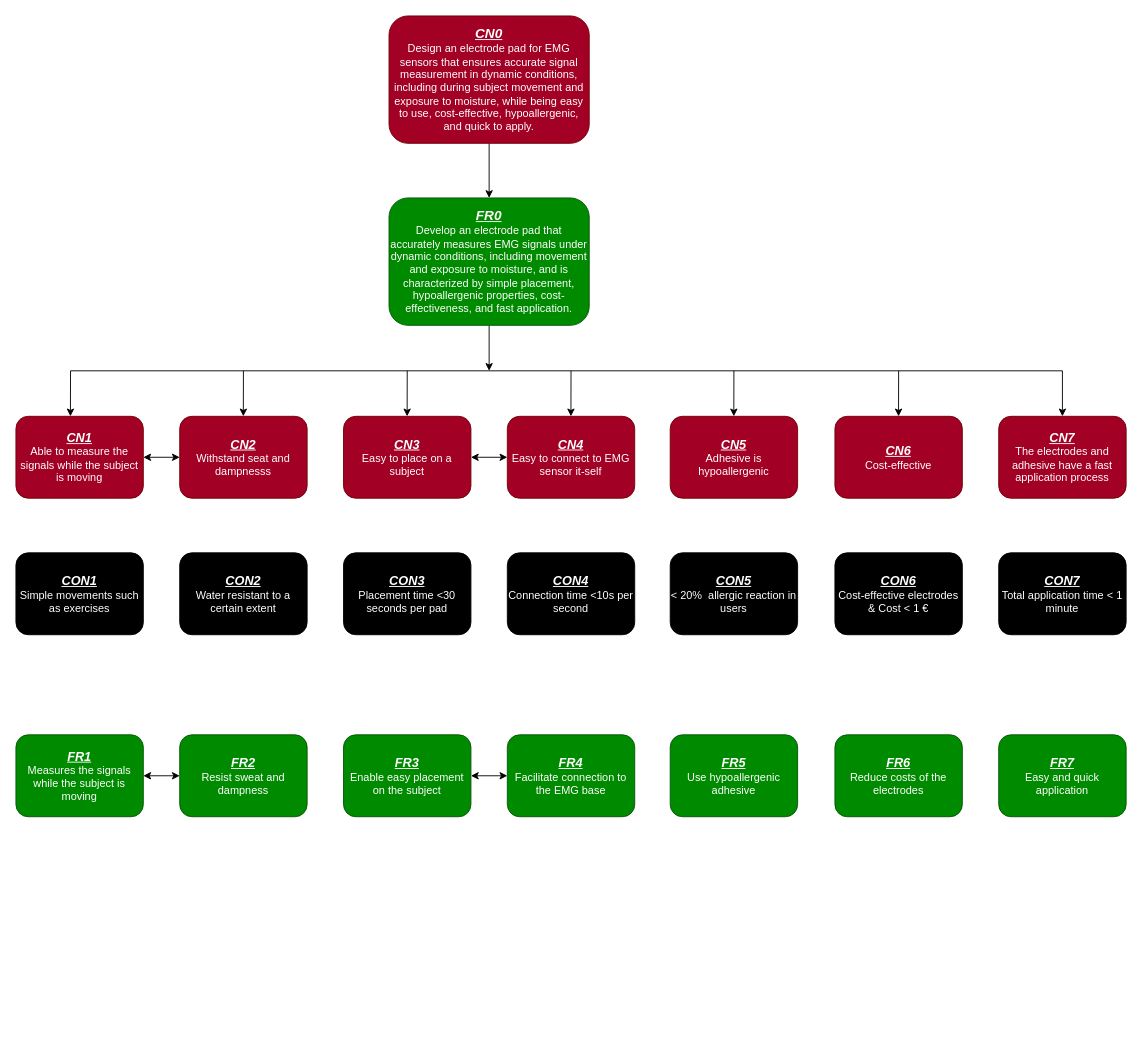
This is Untitled Diagram.drawio from asdismilla/FlowChart, a draw.io file, before an edit. Source tidied: cells renumbered, new cells numbered last; positions are measured from the earlier drawing's top-left corner, leaving out a move shared by most shapes. Both pictures are drawn from the tidied source at 91%, with x=0, y=0 at pixel (15, 15).
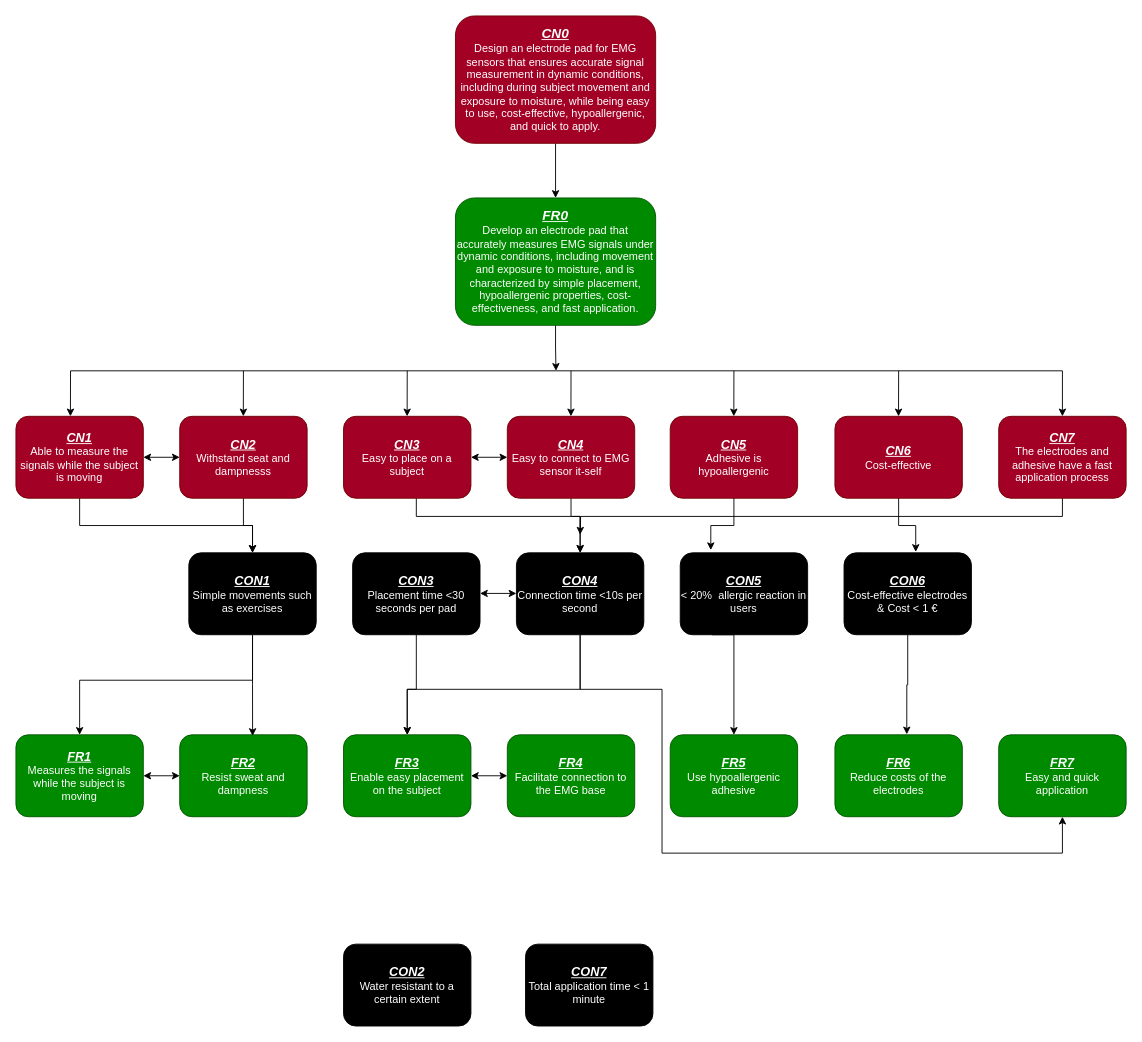
After the change.

Commit message:
Flow chart re-arrange

Unchanged cells that the change refers to:
```xml
<mxCell id="6" value="&lt;b&gt;&lt;u&gt;&lt;i&gt;&lt;font style=&quot;font-size: 14px;&quot;&gt;FR1&lt;/font&gt;&lt;/i&gt;&lt;/u&gt;&lt;/b&gt;&lt;br&gt;Measures the signals while the subject is moving" style="rounded=1;whiteSpace=wrap;html=1;fontSize=12;glass=0;strokeWidth=1;shadow=0;fillColor=#008a00;strokeColor=#005700;fontColor=#ffffff;" parent="1" vertex="1">
  <mxGeometry y="790" width="140" height="90" as="geometry" />
</mxCell>
<mxCell id="7" value="&lt;b&gt;&lt;u&gt;&lt;i&gt;&lt;font style=&quot;font-size: 14px;&quot;&gt;FR2&lt;/font&gt;&lt;/i&gt;&lt;/u&gt;&lt;/b&gt;&lt;br&gt;Resist sweat and dampness" style="rounded=1;whiteSpace=wrap;html=1;fontSize=12;glass=0;strokeWidth=1;shadow=0;fillColor=#008a00;strokeColor=#005700;fontColor=#ffffff;" parent="1" vertex="1">
  <mxGeometry x="180" y="790" width="140" height="90" as="geometry" />
</mxCell>
<mxCell id="8" value="&lt;b&gt;&lt;u&gt;&lt;i&gt;&lt;font style=&quot;font-size: 14px;&quot;&gt;FR3&lt;/font&gt;&lt;/i&gt;&lt;/u&gt;&lt;/b&gt;&lt;br&gt;Enable easy placement on the subject" style="rounded=1;whiteSpace=wrap;html=1;fontSize=12;glass=0;strokeWidth=1;shadow=0;fillColor=#008a00;strokeColor=#005700;fontColor=#ffffff;" parent="1" vertex="1">
  <mxGeometry x="360" y="790" width="140" height="90" as="geometry" />
</mxCell>
<mxCell id="11" value="&lt;b&gt;&lt;u&gt;&lt;i&gt;&lt;font style=&quot;font-size: 14px;&quot;&gt;FR6&lt;/font&gt;&lt;/i&gt;&lt;/u&gt;&lt;/b&gt;&lt;br&gt;Reduce costs of the electrodes" style="rounded=1;whiteSpace=wrap;html=1;fontSize=12;glass=0;strokeWidth=1;shadow=0;fillColor=#008a00;strokeColor=#005700;fontColor=#ffffff;" parent="1" vertex="1">
  <mxGeometry x="900" y="790" width="140" height="90" as="geometry" />
</mxCell>
<mxCell id="12" value="&lt;b&gt;&lt;u&gt;&lt;i&gt;&lt;font style=&quot;font-size: 14px;&quot;&gt;FR7&lt;/font&gt;&lt;/i&gt;&lt;/u&gt;&lt;/b&gt;&lt;br&gt;Easy and quick application" style="rounded=1;whiteSpace=wrap;html=1;fontSize=12;glass=0;strokeWidth=1;shadow=0;fillColor=#008a00;strokeColor=#005700;fontColor=#ffffff;" parent="1" vertex="1">
  <mxGeometry x="1080" y="790" width="140" height="90" as="geometry" />
</mxCell>
<mxCell id="13" value="&lt;span style=&quot;font-size: 14px;&quot;&gt;&lt;b&gt;&lt;i&gt;&lt;u&gt;CN1&lt;br&gt;&lt;/u&gt;&lt;/i&gt;&lt;/b&gt;&lt;/span&gt;Able to measure the signals while the subject is moving" style="rounded=1;whiteSpace=wrap;html=1;fontSize=12;glass=0;strokeWidth=1;shadow=0;fillColor=#a20025;fontColor=#ffffff;strokeColor=#6F0000;" parent="1" vertex="1">
  <mxGeometry y="440" width="140" height="90" as="geometry" />
</mxCell>
<mxCell id="14" value="&lt;b style=&quot;font-size: 14px; text-decoration: underline; font-style: italic;&quot;&gt;CN2&lt;/b&gt;&lt;br&gt;&lt;font style=&quot;font-size: 12px;&quot;&gt;Withstand seat and dampnesss&lt;/font&gt;" style="rounded=1;whiteSpace=wrap;html=1;fontSize=12;glass=0;strokeWidth=1;shadow=0;fillColor=#a20025;fontColor=#ffffff;strokeColor=#6F0000;" parent="1" vertex="1">
  <mxGeometry x="180" y="440" width="140" height="90" as="geometry" />
</mxCell>
<mxCell id="15" value="&lt;b&gt;&lt;u&gt;&lt;i&gt;&lt;font style=&quot;font-size: 14px;&quot;&gt;CN3&lt;/font&gt;&lt;/i&gt;&lt;/u&gt;&lt;/b&gt;&lt;br&gt;Easy to place on a subject" style="rounded=1;whiteSpace=wrap;html=1;fontSize=12;glass=0;strokeWidth=1;shadow=0;fillColor=#a20025;fontColor=#ffffff;strokeColor=#6F0000;" parent="1" vertex="1">
  <mxGeometry x="360" y="440" width="140" height="90" as="geometry" />
</mxCell>
<mxCell id="16" value="&lt;span style=&quot;font-size: 14px;&quot;&gt;&lt;b&gt;&lt;i&gt;&lt;u&gt;CN4&lt;br&gt;&lt;/u&gt;&lt;/i&gt;&lt;/b&gt;&lt;/span&gt;Easy to connect to EMG sensor it-self" style="rounded=1;whiteSpace=wrap;html=1;fontSize=12;glass=0;strokeWidth=1;shadow=0;fillColor=#a20025;fontColor=#ffffff;strokeColor=#6F0000;" parent="1" vertex="1">
  <mxGeometry x="540" y="440" width="140" height="90" as="geometry" />
</mxCell>
<mxCell id="17" value="&lt;b&gt;&lt;u&gt;&lt;i&gt;&lt;font style=&quot;font-size: 14px;&quot;&gt;CN5&lt;br&gt;&lt;/font&gt;&lt;/i&gt;&lt;/u&gt;&lt;/b&gt;Adhesive is hypoallergenic" style="rounded=1;whiteSpace=wrap;html=1;fontSize=12;glass=0;strokeWidth=1;shadow=0;fillColor=#a20025;fontColor=#ffffff;strokeColor=#6F0000;" parent="1" vertex="1">
  <mxGeometry x="719" y="440" width="140" height="90" as="geometry" />
</mxCell>
<mxCell id="18" value="&lt;b&gt;&lt;u&gt;&lt;i&gt;&lt;font style=&quot;font-size: 14px;&quot;&gt;CN6&lt;/font&gt;&lt;/i&gt;&lt;/u&gt;&lt;/b&gt;&lt;br&gt;Cost-effective" style="rounded=1;whiteSpace=wrap;html=1;fontSize=12;glass=0;strokeWidth=1;shadow=0;fillColor=#a20025;fontColor=#ffffff;strokeColor=#6F0000;" parent="1" vertex="1">
  <mxGeometry x="900" y="440" width="140" height="90" as="geometry" />
</mxCell>
<mxCell id="19" value="&lt;b&gt;&lt;u&gt;&lt;i&gt;&lt;font style=&quot;font-size: 14px;&quot;&gt;CN7&lt;/font&gt;&lt;/i&gt;&lt;/u&gt;&lt;/b&gt;&lt;br&gt;The electrodes and adhesive have a fast application process" style="rounded=1;whiteSpace=wrap;html=1;fontSize=12;glass=0;strokeWidth=1;shadow=0;fillColor=#a20025;fontColor=#ffffff;strokeColor=#6F0000;" parent="1" vertex="1">
  <mxGeometry x="1080" y="440" width="140" height="90" as="geometry" />
</mxCell>
```

Diff of the diagram source:
```diff
@@
     <mxCell id="3" value="&lt;b&gt;&lt;u&gt;&lt;i&gt;&lt;font style=&quot;font-size: 15px;&quot;&gt;CN0&lt;/font&gt;&lt;/i&gt;&lt;/u&gt;&lt;/b&gt;&lt;br&gt;Design an electrode pad for EMG sensors that ensures accurate signal measurement in dynamic conditions, including during subject movement and exposure to moisture, while being easy to use, cost-effective, hypoallergenic, and quick to apply." style="rounded=1;whiteSpace=wrap;html=1;fontSize=12;glass=0;strokeWidth=1;shadow=0;fillColor=#a20025;strokeColor=#6F0000;fontColor=#ffffff;" parent="1" vertex="1">
-      <mxGeometry x="410" width="220" height="140" as="geometry" />
+      <mxGeometry x="483" width="220" height="140" as="geometry" />
     </mxCell>
-    <mxCell id="4" style="edgeStyle=orthogonalEdgeStyle;rounded=0;jettySize=auto;html=1;exitX=0.5;exitY=1;exitDx=0;exitDy=0;" parent="1" edge="1" source="5">
-      <mxGeometry relative="1" as="geometry">
-        <mxPoint x="520" y="390" as="targetPoint" />
-      </mxGeometry>
-    </mxCell>
+    <mxCell id="39" style="edgeStyle=orthogonalEdgeStyle;rounded=0;jettySize=auto;html=1;exitX=0.5;exitY=1;exitDx=0;exitDy=0;" parent="1" edge="1" source="5">
+      <mxGeometry relative="1" as="geometry">
+        <mxPoint x="593.5" y="390" as="targetPoint" />
+        <Array as="points">
+          <mxPoint x="593" y="365" />
+        </Array>
+      </mxGeometry>
+    </mxCell>
     <mxCell id="5" value="&lt;b&gt;&lt;u&gt;&lt;i&gt;&lt;font style=&quot;font-size: 15px;&quot;&gt;FR0&lt;/font&gt;&lt;/i&gt;&lt;/u&gt;&lt;/b&gt;&lt;br&gt;Develop an electrode pad that accurately measures EMG signals under dynamic conditions, including movement and exposure to moisture, and is characterized by simple placement, hypoallergenic properties, cost-effectiveness, and fast application." style="rounded=1;whiteSpace=wrap;html=1;fontSize=12;glass=0;strokeWidth=1;shadow=0;fillColor=#008a00;strokeColor=#005700;fontColor=#ffffff;" parent="1" vertex="1">
-      <mxGeometry x="410" y="200" width="220" height="140" as="geometry" />
+      <mxGeometry x="483" y="200" width="220" height="140" as="geometry" />
     </mxCell>
@@
+    <mxCell id="40" style="edgeStyle=orthogonalEdgeStyle;rounded=0;jettySize=auto;html=1;entryX=0.5;entryY=0;entryDx=0;entryDy=0;" parent="1" edge="1" source="13" target="29">
+      <mxGeometry relative="1" as="geometry">
+        <Array as="points">
+          <mxPoint x="70" y="560" />
+          <mxPoint x="260" y="560" />
+        </Array>
+      </mxGeometry>
+    </mxCell>
@@
+    <mxCell id="41" style="edgeStyle=orthogonalEdgeStyle;rounded=0;jettySize=auto;html=1;entryX=0.5;entryY=0;entryDx=0;entryDy=0;" parent="1" edge="1" source="14" target="29">
+      <mxGeometry relative="1" as="geometry" />
+    </mxCell>
@@
+    <mxCell id="42" style="edgeStyle=orthogonalEdgeStyle;rounded=0;jettySize=auto;html=1;entryX=0.5;entryY=0;entryDx=0;entryDy=0;" parent="1" edge="1" source="15" target="32">
+      <mxGeometry relative="1" as="geometry">
+        <Array as="points">
+          <mxPoint x="440" y="550" />
+          <mxPoint x="620" y="550" />
+        </Array>
+      </mxGeometry>
+    </mxCell>
@@
+    <mxCell id="43" style="edgeStyle=orthogonalEdgeStyle;rounded=0;jettySize=auto;html=1;entryX=0.5;entryY=0;entryDx=0;entryDy=0;" parent="1" edge="1" source="16" target="32">
+      <mxGeometry relative="1" as="geometry">
+        <Array as="points">
+          <mxPoint x="610" y="550" />
+          <mxPoint x="620" y="550" />
+        </Array>
+      </mxGeometry>
+    </mxCell>
@@
+    <mxCell id="44" style="edgeStyle=orthogonalEdgeStyle;rounded=0;jettySize=auto;html=1;exitX=0.5;exitY=1;exitDx=0;exitDy=0;" parent="1" edge="1" source="19">
+      <mxGeometry relative="1" as="geometry">
+        <mxPoint x="620" y="570" as="targetPoint" />
+      </mxGeometry>
+    </mxCell>
@@
+    <mxCell id="45" style="edgeStyle=orthogonalEdgeStyle;rounded=0;jettySize=auto;html=1;" parent="1" edge="1" source="29" target="6">
+      <mxGeometry relative="1" as="geometry">
+        <Array as="points">
+          <mxPoint x="260" y="730" />
+          <mxPoint x="70" y="730" />
+        </Array>
+      </mxGeometry>
+    </mxCell>
     <mxCell id="29" value="&lt;b&gt;&lt;u&gt;&lt;i&gt;&lt;font style=&quot;font-size: 14px;&quot;&gt;CON1&lt;/font&gt;&lt;/i&gt;&lt;/u&gt;&lt;/b&gt;&lt;br&gt;Simple movements such as exercises" style="rounded=1;whiteSpace=wrap;html=1;fontSize=12;glass=0;strokeWidth=1;shadow=0;fillColor=#000000;fontColor=#FFFFFF;" parent="1" vertex="1">
-      <mxGeometry y="590" width="140" height="90" as="geometry" />
+      <mxGeometry x="190" y="590" width="140" height="90" as="geometry" />
     </mxCell>
     <mxCell id="30" value="&lt;span style=&quot;font-size: 14px;&quot;&gt;&lt;b&gt;&lt;i&gt;&lt;u&gt;CON2&lt;br&gt;&lt;/u&gt;&lt;/i&gt;&lt;/b&gt;&lt;/span&gt;Water resistant to a certain extent" style="rounded=1;whiteSpace=wrap;html=1;fontSize=12;glass=0;strokeWidth=1;shadow=0;fillColor=#000000;fontColor=#FFFFFF;" parent="1" vertex="1">
-      <mxGeometry x="180" y="590" width="140" height="90" as="geometry" />
+      <mxGeometry x="360" y="1020" width="140" height="90" as="geometry" />
     </mxCell>
+    <mxCell id="46" style="edgeStyle=orthogonalEdgeStyle;rounded=0;jettySize=auto;html=1;exitX=0.5;exitY=1;exitDx=0;exitDy=0;entryX=0.5;entryY=0;entryDx=0;entryDy=0;" parent="1" edge="1" source="31" target="8">
+      <mxGeometry relative="1" as="geometry">
+        <Array as="points">
+          <mxPoint x="440" y="740" />
+          <mxPoint x="430" y="740" />
+        </Array>
+      </mxGeometry>
+    </mxCell>
     <mxCell id="31" value="&lt;b&gt;&lt;u&gt;&lt;i&gt;&lt;font style=&quot;font-size: 14px;&quot;&gt;CON3&lt;/font&gt;&lt;/i&gt;&lt;/u&gt;&lt;/b&gt;&lt;br&gt;Placement time &amp;lt;30 seconds per pad" style="rounded=1;whiteSpace=wrap;html=1;fontSize=12;glass=0;strokeWidth=1;shadow=0;fillColor=#000000;fontColor=#FFFFFF;" parent="1" vertex="1">
-      <mxGeometry x="360" y="590" width="140" height="90" as="geometry" />
+      <mxGeometry x="370" y="590" width="140" height="90" as="geometry" />
     </mxCell>
+    <mxCell id="47" style="edgeStyle=orthogonalEdgeStyle;rounded=0;jettySize=auto;html=1;exitX=0.5;exitY=1;exitDx=0;exitDy=0;entryX=0.5;entryY=0;entryDx=0;entryDy=0;" parent="1" edge="1" source="32" target="8">
+      <mxGeometry relative="1" as="geometry">
+        <Array as="points">
+          <mxPoint x="620" y="740" />
+          <mxPoint x="430" y="740" />
+        </Array>
+      </mxGeometry>
+    </mxCell>
+    <mxCell id="48" style="edgeStyle=orthogonalEdgeStyle;rounded=0;jettySize=auto;html=1;entryX=0.5;entryY=1;entryDx=0;entryDy=0;" parent="1" edge="1" source="32" target="12">
+      <mxGeometry relative="1" as="geometry">
+        <Array as="points">
+          <mxPoint x="620" y="740" />
+          <mxPoint x="710" y="740" />
+          <mxPoint x="710" y="920" />
+          <mxPoint x="1150" y="920" />
+        </Array>
+      </mxGeometry>
+    </mxCell>
     <mxCell id="32" value="&lt;span style=&quot;font-size: 14px;&quot;&gt;&lt;b&gt;&lt;i&gt;&lt;u&gt;CON4&lt;br&gt;&lt;/u&gt;&lt;/i&gt;&lt;/b&gt;&lt;/span&gt;Connection time &amp;lt;10s per second" style="rounded=1;whiteSpace=wrap;html=1;fontSize=12;glass=0;strokeWidth=1;shadow=0;fillColor=#000000;fontColor=#FFFFFF;" parent="1" vertex="1">
-      <mxGeometry x="540" y="590" width="140" height="90" as="geometry" />
+      <mxGeometry x="550" y="590" width="140" height="90" as="geometry" />
     </mxCell>
     <mxCell id="33" value="&lt;b&gt;&lt;u&gt;&lt;i&gt;&lt;font style=&quot;font-size: 14px;&quot;&gt;CON5&lt;br&gt;&lt;/font&gt;&lt;/i&gt;&lt;/u&gt;&lt;/b&gt;&amp;lt; 20%&lt;span style=&quot;text-align: start; font-weight: 700;&quot; class=&quot;OYPEnA text-decoration-none text-strikethrough-none white-space-prewrap&quot;&gt;&amp;nbsp;&amp;nbsp;&lt;/span&gt;&lt;span style=&quot;text-align: start;&quot; class=&quot;OYPEnA text-decoration-none text-strikethrough-none&quot;&gt;allergic reaction in users&lt;/span&gt;" style="rounded=1;whiteSpace=wrap;html=1;fontSize=12;glass=0;strokeWidth=1;shadow=0;fillColor=#000000;fontColor=#FFFFFF;" parent="1" vertex="1">
-      <mxGeometry x="719" y="590" width="140" height="90" as="geometry" />
+      <mxGeometry x="730" y="590" width="140" height="90" as="geometry" />
     </mxCell>
     <mxCell id="34" value="&lt;b&gt;&lt;u&gt;&lt;i&gt;&lt;font style=&quot;font-size: 14px;&quot;&gt;CON6&lt;/font&gt;&lt;/i&gt;&lt;/u&gt;&lt;/b&gt;&lt;br&gt;Cost-effective electrodes &amp;amp; Cost &amp;lt; 1 €" style="rounded=1;whiteSpace=wrap;html=1;fontSize=12;glass=0;strokeWidth=1;shadow=0;fillColor=#000000;fontColor=#FFFFFF;" parent="1" vertex="1">
-      <mxGeometry x="900" y="590" width="140" height="90" as="geometry" />
+      <mxGeometry x="910" y="590" width="140" height="90" as="geometry" />
     </mxCell>
     <mxCell id="35" value="&lt;b&gt;&lt;u&gt;&lt;i&gt;&lt;font style=&quot;font-size: 14px;&quot;&gt;CON7&lt;/font&gt;&lt;/i&gt;&lt;/u&gt;&lt;/b&gt;&lt;br&gt;Total application time &amp;lt; 1 minute" style="rounded=1;whiteSpace=wrap;html=1;fontSize=12;glass=0;strokeWidth=1;shadow=0;fillColor=#000000;fontColor=#FFFFFF;" parent="1" vertex="1">
-      <mxGeometry x="1080" y="590" width="140" height="90" as="geometry" />
+      <mxGeometry x="560" y="1020" width="140" height="90" as="geometry" />
     </mxCell>
@@
+    <mxCell id="49" style="endArrow=classic;startArrow=classic;html=1;rounded=0;exitX=1;exitY=0.5;exitDx=0;exitDy=0;entryX=0;entryY=0.5;entryDx=0;entryDy=0;" parent="1" edge="1">
+      <mxGeometry relative="1" as="geometry">
+        <mxPoint x="510" y="634.6" as="sourcePoint" />
+        <mxPoint x="550" y="634.6" as="targetPoint" />
+      </mxGeometry>
+    </mxCell>
+    <mxCell id="50" style="edgeStyle=orthogonalEdgeStyle;rounded=0;jettySize=auto;html=1;exitX=0.25;exitY=1;exitDx=0;exitDy=0;" parent="1" edge="1" source="33">
+      <mxGeometry relative="1" as="geometry">
+        <mxPoint x="789" y="790" as="targetPoint" />
+        <Array as="points">
+          <mxPoint x="789" y="680" />
+        </Array>
+      </mxGeometry>
+    </mxCell>
+    <mxCell id="51" style="edgeStyle=orthogonalEdgeStyle;rounded=0;jettySize=auto;html=1;exitX=0.5;exitY=1;exitDx=0;exitDy=0;entryX=0.564;entryY=-0.006;entryDx=0;entryDy=0;entryPerimeter=0;" parent="1" edge="1" source="34" target="11">
+      <mxGeometry relative="1" as="geometry" />
+    </mxCell>
+    <mxCell id="52" style="edgeStyle=orthogonalEdgeStyle;rounded=0;jettySize=auto;html=1;entryX=0.572;entryY=0.014;entryDx=0;entryDy=0;entryPerimeter=0;" parent="1" edge="1" source="29" target="7">
+      <mxGeometry relative="1" as="geometry" />
+    </mxCell>
+    <mxCell id="53" style="edgeStyle=orthogonalEdgeStyle;rounded=0;jettySize=auto;html=1;entryX=0.24;entryY=-0.033;entryDx=0;entryDy=0;entryPerimeter=0;" parent="1" edge="1" source="17" target="33">
+      <mxGeometry relative="1" as="geometry" />
+    </mxCell>
+    <mxCell id="54" style="edgeStyle=orthogonalEdgeStyle;rounded=0;jettySize=auto;html=1;exitX=0.5;exitY=1;exitDx=0;exitDy=0;entryX=0.563;entryY=-0.011;entryDx=0;entryDy=0;entryPerimeter=0;" parent="1" edge="1" source="18" target="34">
+      <mxGeometry relative="1" as="geometry" />
+    </mxCell>
```
